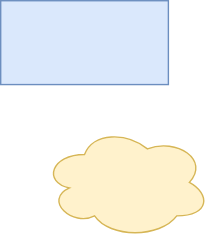
Before: Java/HashMap.svg, a diagram exported from draw.io (kusuzi/LearnJava). Source tidied: cells renumbered, new cells last; positions are measured from the earlier drawing's top-left corner, leaving out a move shared by most shapes. Its diagram source:
```xml
<mxGraphModel>
  <root>
    <mxCell id="0" />
    <mxCell id="1" parent="0" />
    <mxCell id="2" style="rounded=0;whiteSpace=wrap;html=1;fillColor=#dae8fc;strokeColor=#6c8ebf;" parent="1" vertex="1">
      <mxGeometry width="120" height="60" as="geometry" />
    </mxCell>
    <mxCell id="3" style="ellipse;shape=cloud;whiteSpace=wrap;html=1;fillColor=#fff2cc;strokeColor=#d6b656;" parent="1" vertex="1">
      <mxGeometry x="30" y="90" width="120" height="80" as="geometry" />
    </mxCell>
  </root>
</mxGraphModel>
```
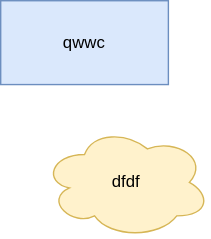
Later version of the same file.

The edit, as a diff of the source:
```diff
@@ -2,10 +2,10 @@
   <root>
     <mxCell id="0" />
     <mxCell id="1" parent="0" />
-    <mxCell id="2" style="rounded=0;whiteSpace=wrap;html=1;fillColor=#dae8fc;strokeColor=#6c8ebf;" parent="1" vertex="1">
+    <mxCell id="2" value="qwwc" style="rounded=0;whiteSpace=wrap;html=1;fillColor=#dae8fc;strokeColor=#6c8ebf;" parent="1" vertex="1">
       <mxGeometry width="120" height="60" as="geometry" />
     </mxCell>
-    <mxCell id="3" style="ellipse;shape=cloud;whiteSpace=wrap;html=1;fillColor=#fff2cc;strokeColor=#d6b656;" parent="1" vertex="1">
+    <mxCell id="3" value="dfdf" style="ellipse;shape=cloud;whiteSpace=wrap;html=1;fillColor=#fff2cc;strokeColor=#d6b656;" parent="1" vertex="1">
       <mxGeometry x="30" y="90" width="120" height="80" as="geometry" />
     </mxCell>
   </root>
```
